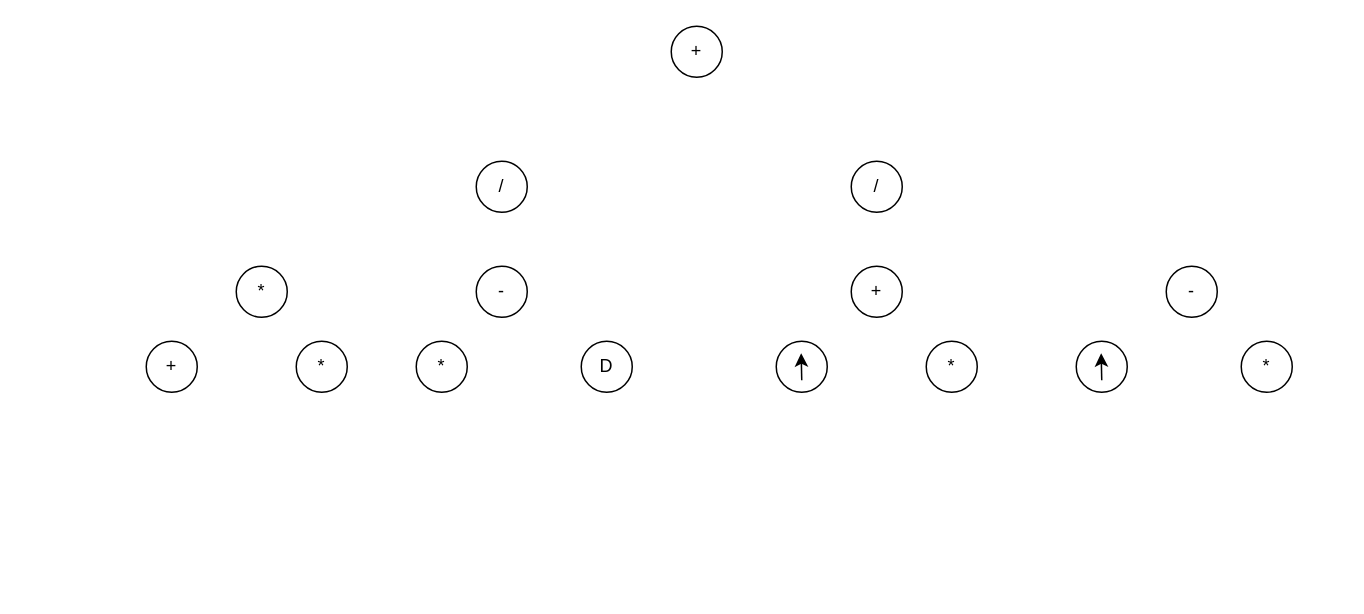
The draw.io diagram Untitled Diagram.drawio in NguyenDangKhoa02/20T1080038-Java, before the edit. Source tidied: cells renumbered, new cells numbered last; positions are measured from the earlier drawing's top-left corner, leaving out a move shared by most shapes. Both pictures are drawn from the tidied source at 150%, with x=0, y=0 at pixel (146, 26).
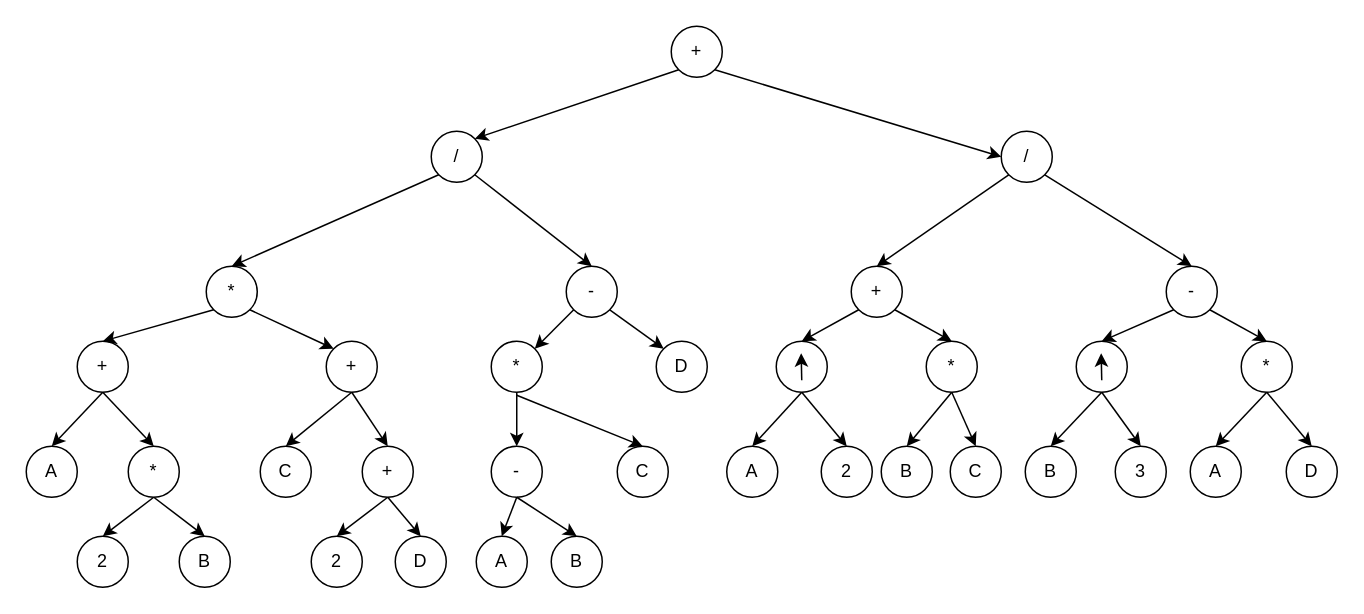
After the change.

Unchanged cells that the change refers to:
```xml
<mxCell id="4" value="+" style="ellipse;whiteSpace=wrap;html=1;" parent="1" vertex="1">
  <mxGeometry x="350" width="34" height="34" as="geometry" />
</mxCell>
<mxCell id="7" value="+" style="ellipse;whiteSpace=wrap;html=1;" parent="1" vertex="1">
  <mxGeometry x="470" y="160" width="34" height="34" as="geometry" />
</mxCell>
<mxCell id="8" value="-" style="ellipse;whiteSpace=wrap;html=1;" parent="1" vertex="1">
  <mxGeometry x="680" y="160" width="34" height="34" as="geometry" />
</mxCell>
<mxCell id="13" style="ellipse;whiteSpace=wrap;html=1;" parent="1" vertex="1">
  <mxGeometry x="420" y="210" width="34" height="34" as="geometry" />
</mxCell>
<mxCell id="15" value="*" style="ellipse;whiteSpace=wrap;html=1;" parent="1" vertex="1">
  <mxGeometry x="520" y="210" width="34" height="34" as="geometry" />
</mxCell>
<mxCell id="16" value="*" style="ellipse;whiteSpace=wrap;html=1;" parent="1" vertex="1">
  <mxGeometry x="730" y="210" width="34" height="34" as="geometry" />
</mxCell>
<mxCell id="17" style="ellipse;whiteSpace=wrap;html=1;" parent="1" vertex="1">
  <mxGeometry x="620" y="210" width="34" height="34" as="geometry" />
</mxCell>
```

What changed in the source:
```diff
@@
     <mxCell id="2" value="/" style="ellipse;whiteSpace=wrap;html=1;" parent="1" vertex="1">
-      <mxGeometry x="470" y="90" width="34" height="34" as="geometry" />
+      <mxGeometry x="570" y="70" width="34" height="34" as="geometry" />
     </mxCell>
     <mxCell id="3" value="/" style="ellipse;whiteSpace=wrap;html=1;" parent="1" vertex="1">
-      <mxGeometry x="220" y="90" width="34" height="34" as="geometry" />
+      <mxGeometry x="190" y="70" width="34" height="34" as="geometry" />
     </mxCell>
@@
     <mxCell id="5" value="*" style="ellipse;whiteSpace=wrap;html=1;" parent="1" vertex="1">
-      <mxGeometry x="60" y="160" width="34" height="34" as="geometry" />
+      <mxGeometry x="40" y="160" width="34" height="34" as="geometry" />
     </mxCell>
     <mxCell id="6" value="-" style="ellipse;whiteSpace=wrap;html=1;" parent="1" vertex="1">
-      <mxGeometry x="220" y="160" width="34" height="34" as="geometry" />
+      <mxGeometry x="280" y="160" width="34" height="34" as="geometry" />
     </mxCell>
@@
     <mxCell id="9" value="+" style="ellipse;whiteSpace=wrap;html=1;" parent="1" vertex="1">
-      <mxGeometry y="210" width="34" height="34" as="geometry" />
+      <mxGeometry x="-46" y="210" width="34" height="34" as="geometry" />
     </mxCell>
-    <mxCell id="10" value="*" style="ellipse;whiteSpace=wrap;html=1;" parent="1" vertex="1">
-      <mxGeometry x="100" y="210" width="34" height="34" as="geometry" />
+    <mxCell id="10" value="+" style="ellipse;whiteSpace=wrap;html=1;" parent="1" vertex="1">
+      <mxGeometry x="120" y="210" width="34" height="34" as="geometry" />
     </mxCell>
     <mxCell id="11" value="*" style="ellipse;whiteSpace=wrap;html=1;" parent="1" vertex="1">
-      <mxGeometry x="180" y="210" width="34" height="34" as="geometry" />
+      <mxGeometry x="230" y="210" width="34" height="34" as="geometry" />
     </mxCell>
     <mxCell id="12" value="D" style="ellipse;whiteSpace=wrap;html=1;" parent="1" vertex="1">
-      <mxGeometry x="290" y="210" width="34" height="34" as="geometry" />
+      <mxGeometry x="340" y="210" width="34" height="34" as="geometry" />
     </mxCell>
@@
+    <mxCell id="19" value="*" style="ellipse;whiteSpace=wrap;html=1;" parent="1" vertex="1">
+      <mxGeometry x="-12" y="280" width="34" height="34" as="geometry" />
+    </mxCell>
+    <mxCell id="20" value="A" style="ellipse;whiteSpace=wrap;html=1;" parent="1" vertex="1">
+      <mxGeometry x="-80" y="280" width="34" height="34" as="geometry" />
+    </mxCell>
+    <mxCell id="21" value="2" style="ellipse;whiteSpace=wrap;html=1;" parent="1" vertex="1">
+      <mxGeometry x="-46" y="340" width="34" height="34" as="geometry" />
+    </mxCell>
+    <mxCell id="22" value="B" style="ellipse;whiteSpace=wrap;html=1;" parent="1" vertex="1">
+      <mxGeometry x="22" y="340" width="34" height="34" as="geometry" />
+    </mxCell>
+    <mxCell id="23" value="C" style="ellipse;whiteSpace=wrap;html=1;" parent="1" vertex="1">
+      <mxGeometry x="76" y="280" width="34" height="34" as="geometry" />
+    </mxCell>
+    <mxCell id="24" value="D" style="ellipse;whiteSpace=wrap;html=1;" parent="1" vertex="1">
+      <mxGeometry x="166" y="340" width="34" height="34" as="geometry" />
+    </mxCell>
+    <mxCell id="25" value="2" style="ellipse;whiteSpace=wrap;html=1;" parent="1" vertex="1">
+      <mxGeometry x="110" y="340" width="34" height="34" as="geometry" />
+    </mxCell>
+    <mxCell id="26" value="+" style="ellipse;whiteSpace=wrap;html=1;" parent="1" vertex="1">
+      <mxGeometry x="144" y="280" width="34" height="34" as="geometry" />
+    </mxCell>
+    <mxCell id="27" value="A" style="ellipse;whiteSpace=wrap;html=1;" parent="1" vertex="1">
+      <mxGeometry x="220" y="340" width="34" height="34" as="geometry" />
+    </mxCell>
+    <mxCell id="28" value="B" style="ellipse;whiteSpace=wrap;html=1;" parent="1" vertex="1">
+      <mxGeometry x="270" y="340" width="34" height="34" as="geometry" />
+    </mxCell>
+    <mxCell id="29" value="-" style="ellipse;whiteSpace=wrap;html=1;" parent="1" vertex="1">
+      <mxGeometry x="230" y="280" width="34" height="34" as="geometry" />
+    </mxCell>
+    <mxCell id="30" value="C" style="ellipse;whiteSpace=wrap;html=1;" parent="1" vertex="1">
+      <mxGeometry x="314" y="280" width="34" height="34" as="geometry" />
+    </mxCell>
+    <mxCell id="31" value="A" style="ellipse;whiteSpace=wrap;html=1;" parent="1" vertex="1">
+      <mxGeometry x="387" y="280" width="34" height="34" as="geometry" />
+    </mxCell>
+    <mxCell id="32" value="2" style="ellipse;whiteSpace=wrap;html=1;" parent="1" vertex="1">
+      <mxGeometry x="450" y="280" width="34" height="34" as="geometry" />
+    </mxCell>
+    <mxCell id="33" value="B" style="ellipse;whiteSpace=wrap;html=1;" parent="1" vertex="1">
+      <mxGeometry x="586" y="280" width="34" height="34" as="geometry" />
+    </mxCell>
+    <mxCell id="34" value="3" style="ellipse;whiteSpace=wrap;html=1;" parent="1" vertex="1">
+      <mxGeometry x="646" y="280" width="34" height="34" as="geometry" />
+    </mxCell>
+    <mxCell id="35" value="B" style="ellipse;whiteSpace=wrap;html=1;" parent="1" vertex="1">
+      <mxGeometry x="490" y="280" width="34" height="34" as="geometry" />
+    </mxCell>
+    <mxCell id="36" value="C" style="ellipse;whiteSpace=wrap;html=1;" parent="1" vertex="1">
+      <mxGeometry x="536" y="280" width="34" height="34" as="geometry" />
+    </mxCell>
+    <mxCell id="37" value="A" style="ellipse;whiteSpace=wrap;html=1;" parent="1" vertex="1">
+      <mxGeometry x="696" y="280" width="34" height="34" as="geometry" />
+    </mxCell>
+    <mxCell id="38" value="D" style="ellipse;whiteSpace=wrap;html=1;" parent="1" vertex="1">
+      <mxGeometry x="760" y="280" width="34" height="34" as="geometry" />
+    </mxCell>
+    <mxCell id="39" style="endArrow=classic;html=1;exitX=0;exitY=1;exitDx=0;exitDy=0;entryX=1;entryY=0;entryDx=0;entryDy=0;" parent="1" edge="1" source="4" target="3">
+      <mxGeometry relative="1" as="geometry" />
+    </mxCell>
+    <mxCell id="40" style="endArrow=classic;html=1;exitX=1;exitY=1;exitDx=0;exitDy=0;entryX=0.5;entryY=0;entryDx=0;entryDy=0;" parent="1" edge="1" source="2" target="8">
+      <mxGeometry relative="1" as="geometry" />
+    </mxCell>
+    <mxCell id="41" style="endArrow=classic;html=1;exitX=0;exitY=1;exitDx=0;exitDy=0;entryX=0.5;entryY=0;entryDx=0;entryDy=0;" parent="1" edge="1" source="2" target="7">
+      <mxGeometry relative="1" as="geometry" />
+    </mxCell>
+    <mxCell id="42" style="endArrow=classic;html=1;exitX=0;exitY=1;exitDx=0;exitDy=0;entryX=0.5;entryY=0;entryDx=0;entryDy=0;" parent="1" edge="1" source="3" target="5">
+      <mxGeometry relative="1" as="geometry" />
+    </mxCell>
+    <mxCell id="43" style="endArrow=classic;html=1;exitX=1;exitY=1;exitDx=0;exitDy=0;entryX=0.5;entryY=0;entryDx=0;entryDy=0;" parent="1" edge="1" source="3" target="6">
+      <mxGeometry relative="1" as="geometry" />
+    </mxCell>
+    <mxCell id="44" style="endArrow=classic;html=1;entryX=0;entryY=0.5;entryDx=0;entryDy=0;exitX=1;exitY=1;exitDx=0;exitDy=0;" parent="1" edge="1" source="4" target="2">
+      <mxGeometry relative="1" as="geometry" />
+    </mxCell>
+    <mxCell id="45" style="endArrow=classic;html=1;entryX=0.5;entryY=0;entryDx=0;entryDy=0;exitX=0;exitY=1;exitDx=0;exitDy=0;" parent="1" edge="1" source="7" target="13">
+      <mxGeometry relative="1" as="geometry" />
+    </mxCell>
+    <mxCell id="46" style="endArrow=classic;html=1;entryX=0.5;entryY=0;entryDx=0;entryDy=0;exitX=1;exitY=1;exitDx=0;exitDy=0;" parent="1" edge="1" source="8" target="16">
+      <mxGeometry relative="1" as="geometry" />
+    </mxCell>
+    <mxCell id="47" style="endArrow=classic;html=1;exitX=0;exitY=1;exitDx=0;exitDy=0;entryX=0.5;entryY=0;entryDx=0;entryDy=0;" parent="1" edge="1" source="8" target="17">
+      <mxGeometry relative="1" as="geometry" />
+    </mxCell>
+    <mxCell id="48" style="endArrow=classic;html=1;exitX=1;exitY=1;exitDx=0;exitDy=0;entryX=0.5;entryY=0;entryDx=0;entryDy=0;" parent="1" edge="1" source="7" target="15">
+      <mxGeometry relative="1" as="geometry" />
+    </mxCell>
+    <mxCell id="49" style="endArrow=classic;html=1;exitX=0;exitY=1;exitDx=0;exitDy=0;entryX=1;entryY=0;entryDx=0;entryDy=0;" parent="1" edge="1" source="6" target="11">
+      <mxGeometry relative="1" as="geometry" />
+    </mxCell>
+    <mxCell id="50" style="endArrow=classic;html=1;exitX=1;exitY=1;exitDx=0;exitDy=0;entryX=0;entryY=0;entryDx=0;entryDy=0;" parent="1" edge="1" source="6" target="12">
+      <mxGeometry relative="1" as="geometry" />
+    </mxCell>
+    <mxCell id="51" style="endArrow=classic;html=1;exitX=1;exitY=1;exitDx=0;exitDy=0;entryX=0;entryY=0;entryDx=0;entryDy=0;" parent="1" edge="1" source="5" target="10">
+      <mxGeometry relative="1" as="geometry" />
+    </mxCell>
+    <mxCell id="52" style="endArrow=classic;html=1;entryX=0.5;entryY=0;entryDx=0;entryDy=0;exitX=0;exitY=1;exitDx=0;exitDy=0;" parent="1" edge="1" source="5" target="9">
+      <mxGeometry relative="1" as="geometry" />
+    </mxCell>
+    <mxCell id="53" style="endArrow=classic;html=1;entryX=0.5;entryY=0;entryDx=0;entryDy=0;exitX=0.5;exitY=1;exitDx=0;exitDy=0;" parent="1" edge="1" source="15" target="36">
+      <mxGeometry relative="1" as="geometry" />
+    </mxCell>
+    <mxCell id="54" style="endArrow=classic;html=1;entryX=0.5;entryY=0;entryDx=0;entryDy=0;exitX=0.5;exitY=1;exitDx=0;exitDy=0;" parent="1" edge="1" source="15" target="35">
+      <mxGeometry relative="1" as="geometry" />
+    </mxCell>
+    <mxCell id="55" style="endArrow=classic;html=1;entryX=0.5;entryY=0;entryDx=0;entryDy=0;exitX=0.5;exitY=1;exitDx=0;exitDy=0;" parent="1" edge="1" source="13" target="32">
+      <mxGeometry relative="1" as="geometry" />
+    </mxCell>
+    <mxCell id="56" style="endArrow=classic;html=1;entryX=0.5;entryY=0;entryDx=0;entryDy=0;exitX=0.5;exitY=1;exitDx=0;exitDy=0;" parent="1" edge="1" source="13" target="31">
+      <mxGeometry relative="1" as="geometry" />
+    </mxCell>
+    <mxCell id="57" style="endArrow=classic;html=1;entryX=0.5;entryY=0;entryDx=0;entryDy=0;" parent="1" edge="1" target="30">
+      <mxGeometry relative="1" as="geometry">
+        <mxPoint x="247" y="246" as="sourcePoint" />
+      </mxGeometry>
+    </mxCell>
+    <mxCell id="58" style="endArrow=classic;html=1;entryX=0.5;entryY=0;entryDx=0;entryDy=0;exitX=0.5;exitY=1;exitDx=0;exitDy=0;" parent="1" edge="1" source="11" target="29">
+      <mxGeometry relative="1" as="geometry" />
+    </mxCell>
+    <mxCell id="59" style="endArrow=classic;html=1;exitX=0.5;exitY=1;exitDx=0;exitDy=0;entryX=0.5;entryY=0;entryDx=0;entryDy=0;" parent="1" edge="1" source="16" target="38">
+      <mxGeometry relative="1" as="geometry" />
+    </mxCell>
+    <mxCell id="60" style="endArrow=classic;html=1;entryX=0.5;entryY=0;entryDx=0;entryDy=0;exitX=0.5;exitY=1;exitDx=0;exitDy=0;" parent="1" edge="1" source="16" target="37">
+      <mxGeometry relative="1" as="geometry" />
+    </mxCell>
+    <mxCell id="61" style="endArrow=classic;html=1;entryX=0.5;entryY=0;entryDx=0;entryDy=0;exitX=0.5;exitY=1;exitDx=0;exitDy=0;" parent="1" edge="1" source="17" target="34">
+      <mxGeometry relative="1" as="geometry" />
+    </mxCell>
+    <mxCell id="62" style="endArrow=classic;html=1;entryX=0.5;entryY=0;entryDx=0;entryDy=0;exitX=0.5;exitY=1;exitDx=0;exitDy=0;" parent="1" edge="1" source="17" target="33">
+      <mxGeometry relative="1" as="geometry" />
+    </mxCell>
+    <mxCell id="63" style="endArrow=classic;html=1;exitX=0.5;exitY=1;exitDx=0;exitDy=0;entryX=0.5;entryY=0;entryDx=0;entryDy=0;" parent="1" edge="1" source="9" target="20">
+      <mxGeometry relative="1" as="geometry" />
+    </mxCell>
+    <mxCell id="64" style="endArrow=classic;html=1;exitX=0.5;exitY=1;exitDx=0;exitDy=0;entryX=0.5;entryY=0;entryDx=0;entryDy=0;" parent="1" edge="1" source="9" target="19">
+      <mxGeometry relative="1" as="geometry" />
+    </mxCell>
+    <mxCell id="65" style="endArrow=classic;html=1;exitX=0.5;exitY=1;exitDx=0;exitDy=0;entryX=0.5;entryY=0;entryDx=0;entryDy=0;" parent="1" edge="1" source="10" target="26">
+      <mxGeometry relative="1" as="geometry" />
+    </mxCell>
+    <mxCell id="66" style="endArrow=classic;html=1;exitX=0.5;exitY=1;exitDx=0;exitDy=0;entryX=0.5;entryY=0;entryDx=0;entryDy=0;" parent="1" edge="1" source="10" target="23">
+      <mxGeometry relative="1" as="geometry" />
+    </mxCell>
+    <mxCell id="67" style="endArrow=classic;html=1;entryX=0.5;entryY=0;entryDx=0;entryDy=0;exitX=0.5;exitY=1;exitDx=0;exitDy=0;" parent="1" edge="1" source="26" target="24">
+      <mxGeometry relative="1" as="geometry" />
+    </mxCell>
+    <mxCell id="68" style="endArrow=classic;html=1;entryX=0.5;entryY=0;entryDx=0;entryDy=0;exitX=0.5;exitY=1;exitDx=0;exitDy=0;" parent="1" edge="1" source="26" target="25">
+      <mxGeometry relative="1" as="geometry" />
+    </mxCell>
+    <mxCell id="69" style="endArrow=classic;html=1;exitX=0.5;exitY=1;exitDx=0;exitDy=0;entryX=0.5;entryY=0;entryDx=0;entryDy=0;" parent="1" edge="1" source="29" target="27">
+      <mxGeometry relative="1" as="geometry" />
+    </mxCell>
+    <mxCell id="70" style="endArrow=classic;html=1;exitX=0.5;exitY=1;exitDx=0;exitDy=0;entryX=0.5;entryY=0;entryDx=0;entryDy=0;" parent="1" edge="1" source="29" target="28">
+      <mxGeometry relative="1" as="geometry" />
+    </mxCell>
+    <mxCell id="71" style="endArrow=classic;html=1;exitX=0.5;exitY=1;exitDx=0;exitDy=0;entryX=0.5;entryY=0;entryDx=0;entryDy=0;" parent="1" edge="1" source="19" target="21">
+      <mxGeometry relative="1" as="geometry" />
+    </mxCell>
+    <mxCell id="72" style="endArrow=classic;html=1;exitX=0.5;exitY=1;exitDx=0;exitDy=0;entryX=0.5;entryY=0;entryDx=0;entryDy=0;" parent="1" edge="1" source="19" target="22">
+      <mxGeometry relative="1" as="geometry" />
+    </mxCell>
```
